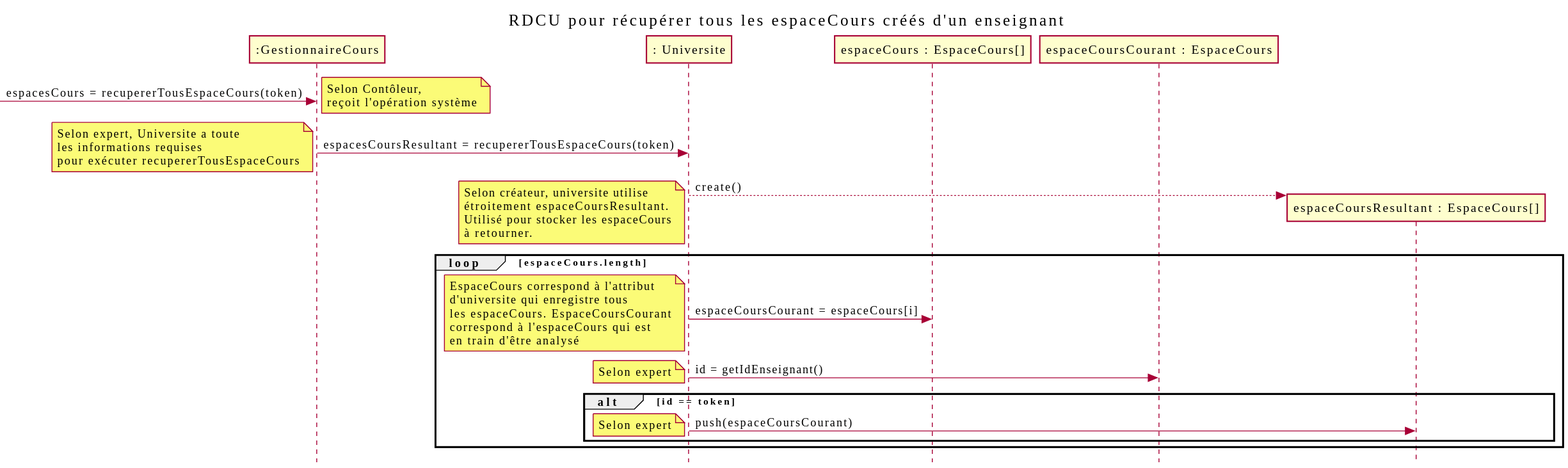
Before: out/docs/Récupérer cours/RDCU_Recuperer_Cours/récupérer tous les cours créés.svg, a diagram exported from PlantUML (nerdz88/SGA-TS). The source it was exported from:
```plantuml
@startuml
skinparam style strictuml
skinparam defaultfontname Verdana
title RDCU pour récupérer tous les espaceCours créés d'un enseignant
participant ":GestionnaireCours" as controleur
participant ": Universite" as mapCours
participant "espaceCours : EspaceCours[]" as cours
participant "espaceCoursCourant : EspaceCours" as courant
participant "espaceCoursResultant : EspaceCours[]" as resultat

->controleur : espacesCours = recupererTousEspaceCours(token)
note right : Selon Contôleur,\nreçoit l'opération système
controleur -> mapCours : espacesCoursResultant = recupererTousEspaceCours(token)
note left : Selon expert, Universite a toute\nles informations requises\npour exécuter recupererTousEspaceCours
mapCours --> resultat** : create()
note left : Selon créateur, universite utilise\nétroitement espaceCoursResultant.\nUtilisé pour stocker les espaceCours\nà retourner.
loop espaceCours.length
mapCours -> cours : espaceCoursCourant = espaceCours[i]
note left : EspaceCours correspond à l'attribut\nd'universite qui enregistre tous\nles espaceCours. EspaceCoursCourant\ncorrespond à l'espaceCours qui est\nen train d'être analysé
mapCours -> courant : id = getIdEnseignant()
note left : Selon expert
alt id == token
mapCours -> resultat : push(espaceCoursCourant)
note left : Selon expert
end
end
@enduml
```
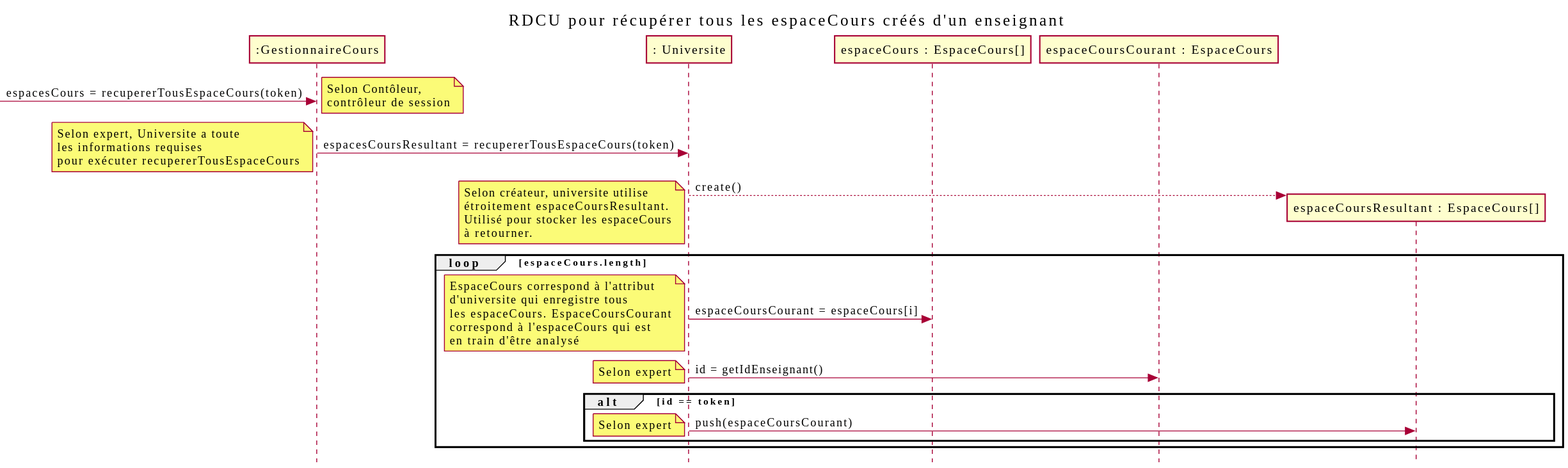
After the change.

Diff of the diagram source:
```diff
@@ -9,7 +9,7 @@
 participant "espaceCoursResultant : EspaceCours[]" as resultat
 
 ->controleur : espacesCours = recupererTousEspaceCours(token)
-note right : Selon Contôleur,\nreçoit l'opération système
+note right : Selon Contôleur,\ncontrôleur de session
 controleur -> mapCours : espacesCoursResultant = recupererTousEspaceCours(token)
 note left : Selon expert, Universite a toute\nles informations requises\npour exécuter recupererTousEspaceCours
 mapCours --> resultat** : create()
```
